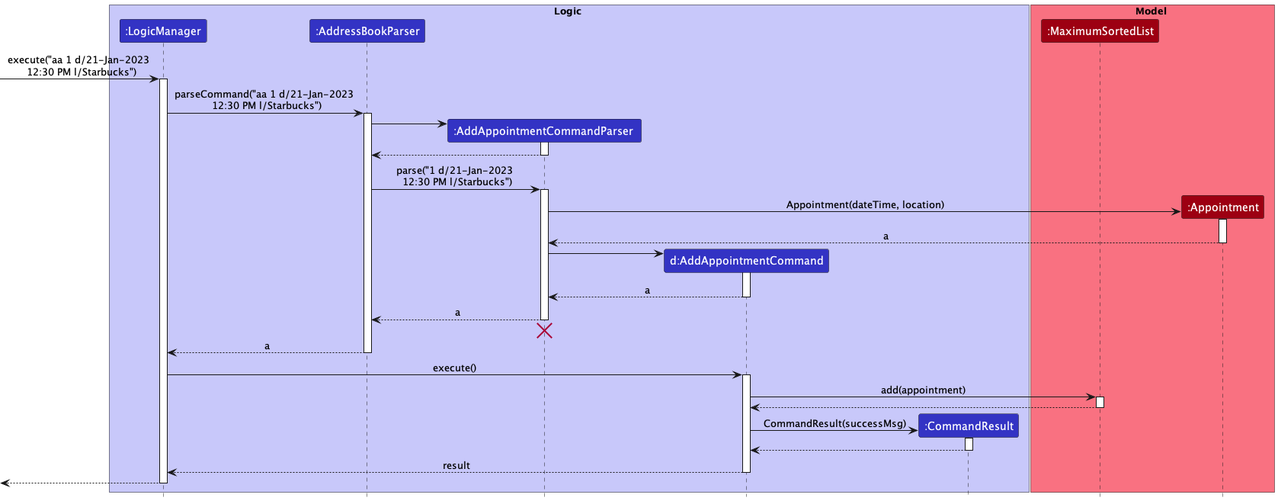
nus-cs2103-AY2223S1/tp keeps this PlantUML diagram as docs/images/AddAppointmentCommandSequenceDiagram.png. Above is the earlier version. Its diagram source:
```plantuml
@startuml
!include style.puml

box Logic LOGIC_COLOR_T1
participant ":LogicManager" as LogicManager LOGIC_COLOR
participant ":AddressBookParser" as AddressBookParser LOGIC_COLOR
participant ":AddAppointmentCommandParser " as AddAppointmentCommandParser  LOGIC_COLOR
participant "d:AddAppointmentCommand" as AddAppointmentCommand LOGIC_COLOR
participant ":CommandResult" as CommandResult LOGIC_COLOR
end box

box Model MODEL_COLOR_T1
participant ":MaximumSortedList" as MaximumSortedList MODEL_COLOR
participant ":Appointment" as Appointment MODEL_COLOR
end box

[-> LogicManager : execute("aa 1 d/21-Jan-2023 \n 12:30 PM l/Starbucks")
activate LogicManager

LogicManager -> AddressBookParser : parseCommand("aa 1 d/21-Jan-2023 \n 12:30 PM l/Starbucks")
activate AddressBookParser

create AddAppointmentCommandParser
AddressBookParser -> AddAppointmentCommandParser
activate AddAppointmentCommandParser

AddAppointmentCommandParser  --> AddressBookParser
deactivate AddAppointmentCommandParser

AddressBookParser -> AddAppointmentCommandParser  : parse("1 d/21-Jan-2023 \n 12:30 PM l/Starbucks")
activate AddAppointmentCommandParser

create Appointment
AddAppointmentCommandParser -> Appointment : Appointment(dateTime, location)
activate Appointment

Appointment --> AddAppointmentCommandParser : a
deactivate Appointment

create AddAppointmentCommand
AddAppointmentCommandParser  -> AddAppointmentCommand
activate AddAppointmentCommand

AddAppointmentCommand --> AddAppointmentCommandParser  : a
deactivate AddAppointmentCommand

AddAppointmentCommandParser  --> AddressBookParser : a
deactivate AddAppointmentCommandParser
AddAppointmentCommandParser  -[hidden]-> AddressBookParser
destroy AddAppointmentCommandParser

AddressBookParser --> LogicManager : a
deactivate AddressBookParser

LogicManager -> AddAppointmentCommand : execute()
activate AddAppointmentCommand

AddAppointmentCommand -> MaximumSortedList : add(appointment)
activate MaximumSortedList

MaximumSortedList --> AddAppointmentCommand
deactivate MaximumSortedList



create CommandResult
AddAppointmentCommand -> CommandResult : CommandResult(successMsg)
activate CommandResult

CommandResult --> AddAppointmentCommand
deactivate CommandResult

AddAppointmentCommand --> LogicManager : result
deactivate AddAppointmentCommand

[<--LogicManager
deactivate LogicManager
@enduml
```
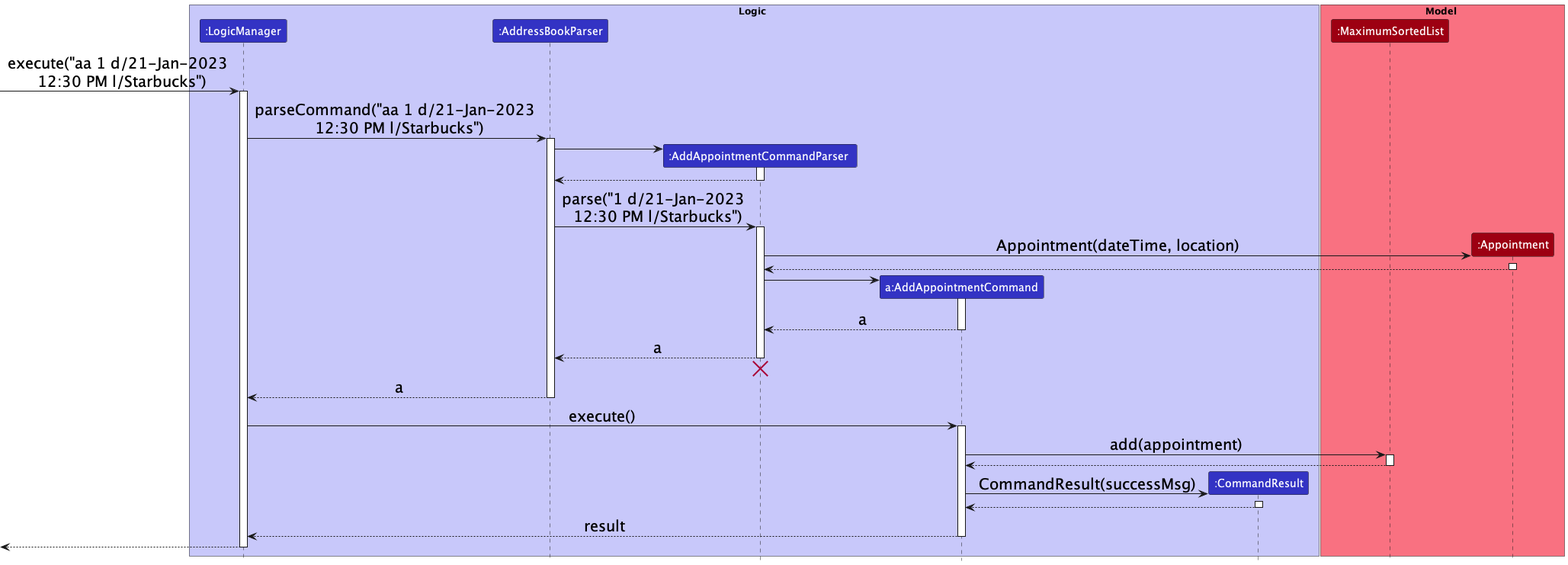
After the change.

Commit message:
Increase AddAppointmentCommandSequenceDiagram arrow font size

Change to the diagram source:
```diff
@@ -1,11 +1,15 @@
 @startuml
 !include style.puml
+
+skinparam Sequence {
+    ArrowFontSize 20
+}
 
 box Logic LOGIC_COLOR_T1
 participant ":LogicManager" as LogicManager LOGIC_COLOR
 participant ":AddressBookParser" as AddressBookParser LOGIC_COLOR
 participant ":AddAppointmentCommandParser " as AddAppointmentCommandParser  LOGIC_COLOR
-participant "d:AddAppointmentCommand" as AddAppointmentCommand LOGIC_COLOR
+participant "a:AddAppointmentCommand" as AddAppointmentCommand LOGIC_COLOR
 participant ":CommandResult" as CommandResult LOGIC_COLOR
 end box
 
@@ -34,7 +38,7 @@
 AddAppointmentCommandParser -> Appointment : Appointment(dateTime, location)
 activate Appointment
 
-Appointment --> AddAppointmentCommandParser : a
+Appointment --> AddAppointmentCommandParser :
 deactivate Appointment
 
 create AddAppointmentCommand
```
